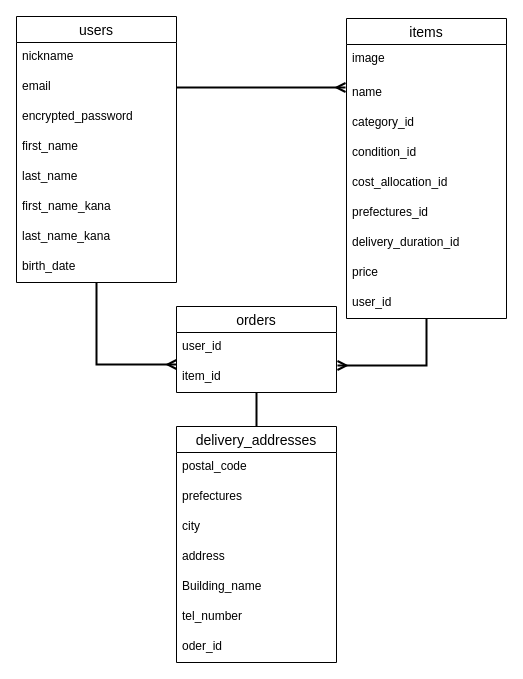
Before: ER.dio in gohanndaisuki/furima-38713, a draw.io diagram. Source tidied: cells renumbered, new cells numbered last; positions are measured from the earlier drawing's top-left corner, leaving out a move shared by most shapes. Both pictures are drawn from the tidied source at 100%, with x=0, y=0 at pixel (16, 16).
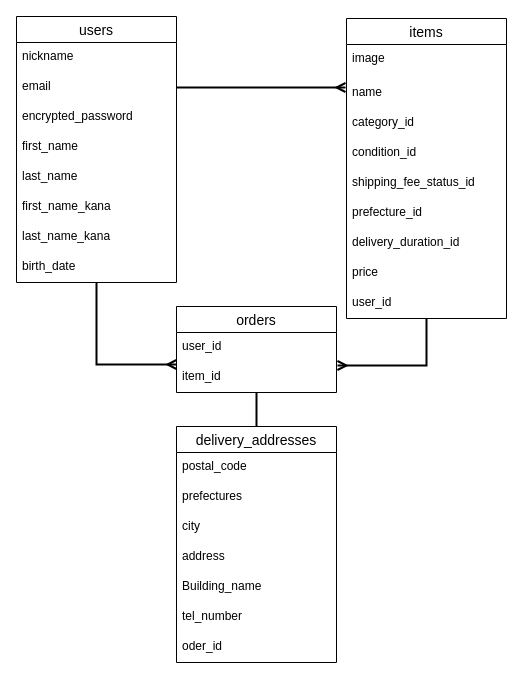
The same page after the edit.

The change refers to these unchanged cells:
```xml
<mxCell id="13" value="items" style="swimlane;fontStyle=0;horizontal=1;startSize=26;align=center;fontSize=14;" parent="1" vertex="1">
  <mxGeometry x="330" y="2" width="160" height="300" as="geometry" />
</mxCell>
```

What changed in the source:
```diff
@@
-    <mxCell id="18" value="cost_allocation_id" style="text;strokeColor=none;fillColor=none;spacingLeft=4;spacingRight=4;overflow=hidden;fontSize=12;" parent="13" vertex="1">
+    <mxCell id="18" value="shipping_fee_status_id" style="text;strokeColor=none;fillColor=none;spacingLeft=4;spacingRight=4;overflow=hidden;fontSize=12;" parent="13" vertex="1">
       <mxGeometry y="150" width="160" height="30" as="geometry" />
     </mxCell>
-    <mxCell id="19" value="prefectures_id" style="text;strokeColor=none;fillColor=none;spacingLeft=4;spacingRight=4;overflow=hidden;fontSize=12;" parent="13" vertex="1">
+    <mxCell id="19" value="prefecture_id" style="text;strokeColor=none;fillColor=none;spacingLeft=4;spacingRight=4;overflow=hidden;fontSize=12;" parent="13" vertex="1">
       <mxGeometry y="180" width="160" height="30" as="geometry" />
     </mxCell>
```
